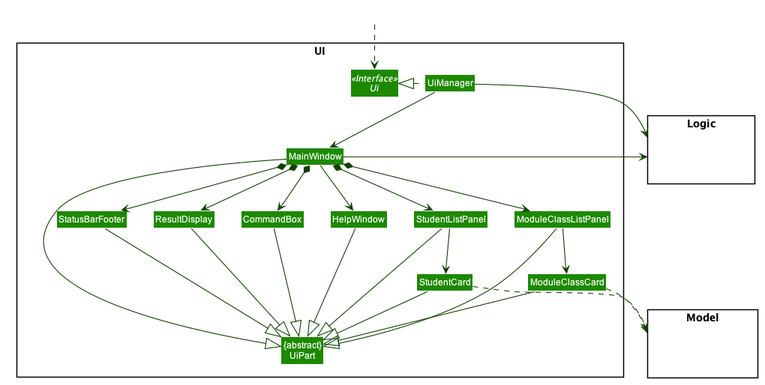
Earlier version of the PlantUML export docs/images/UiClassDiagram.png (ypinhsuan/tp).
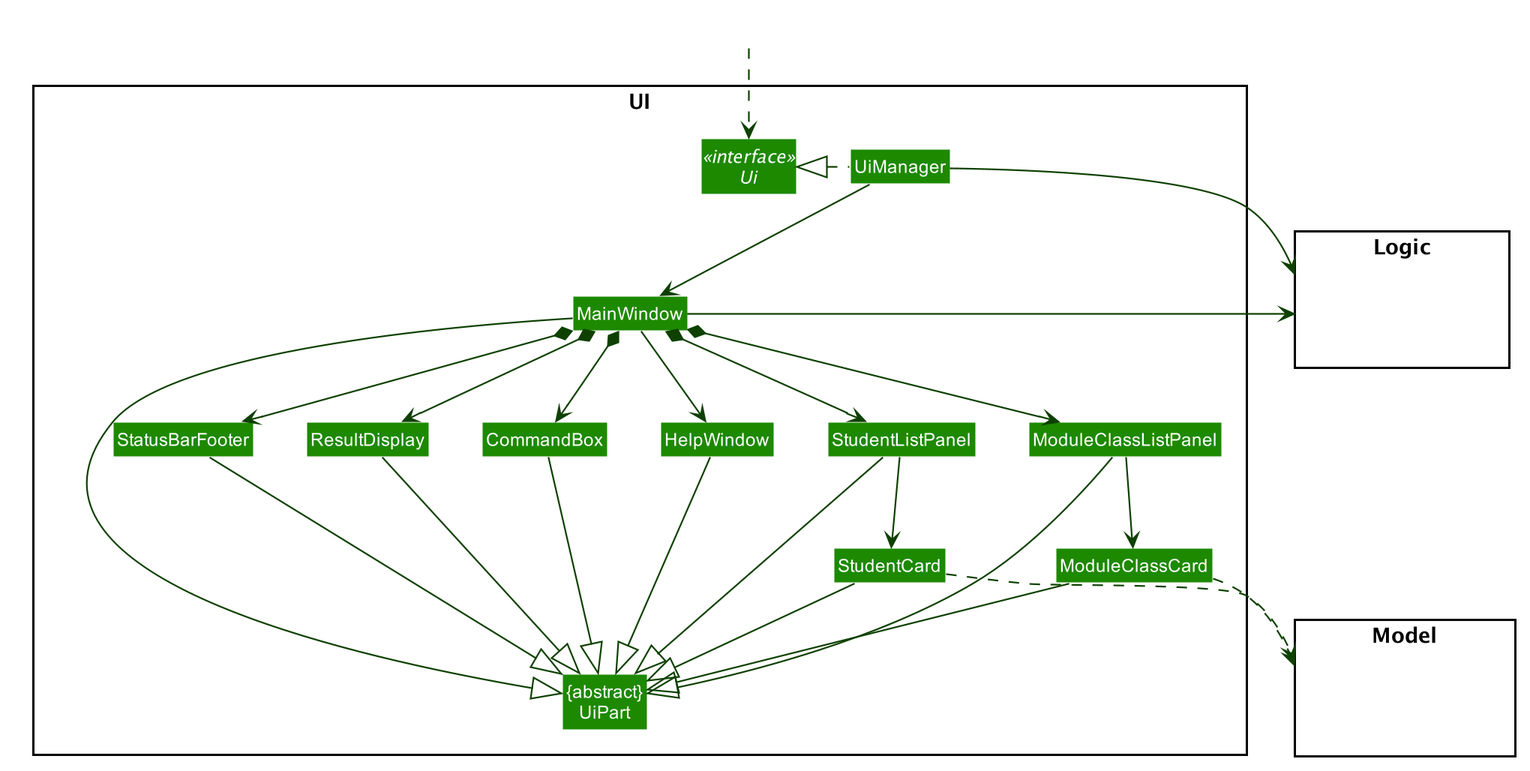
After the commit.

What changed in the source:
```diff
@@ -52,7 +52,7 @@
 skinparam classBackgroundColor #1D8900
 
 package UI <<Rectangle>>{
-Interface Ui <<Interface>>
+Interface Ui <<interface>>
 Class "{abstract}\nUiPart" as UiPart
 Class UiManager
 Class MainWindow
```
